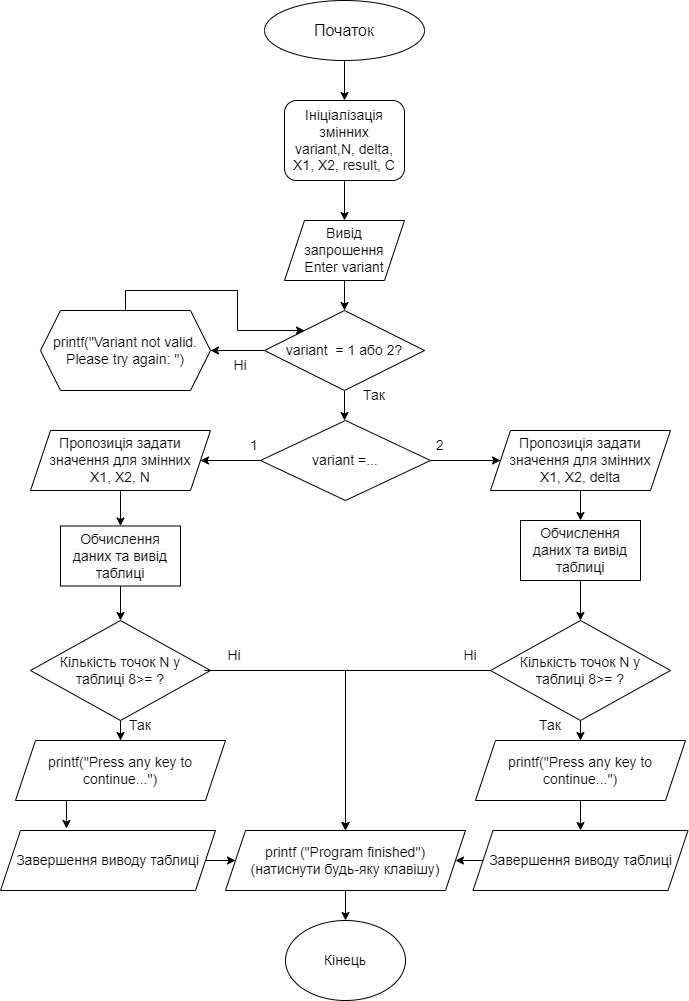
Before: Блок-схема 1.2.png, a diagram exported from draw.io (xP0W3R/Lab1.2). Source tidied: cells renumbered, new cells last; positions are measured from the earlier drawing's top-left corner, leaving out a move shared by most shapes.
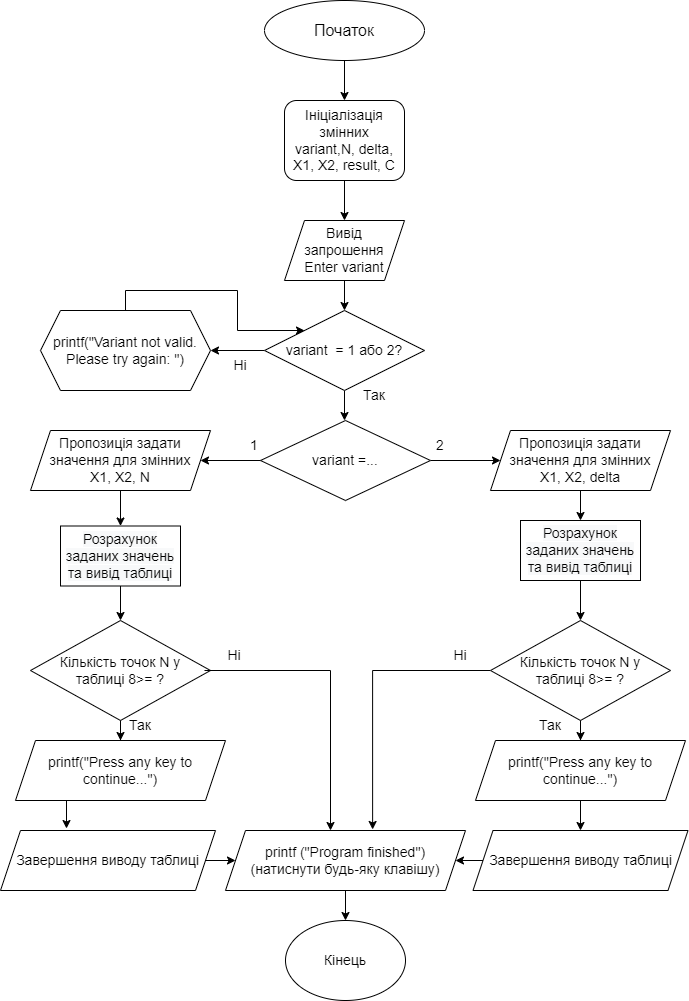
After the change.

Diff of the diagram source:
```diff
@@ -68,8 +68,10 @@
     <mxCell id="21" value="variant =..." style="rhombus;whiteSpace=wrap;html=1;fontSize=14;" parent="1" vertex="1">
       <mxGeometry x="260" y="420" width="170" height="80" as="geometry" />
     </mxCell>
-    <mxCell id="22" style="edgeStyle=orthogonalEdgeStyle;rounded=0;jettySize=auto;html=1;fontSize=14;" parent="1" edge="1" source="23" target="39">
-      <mxGeometry relative="1" as="geometry" />
+    <mxCell id="22" style="edgeStyle=orthogonalEdgeStyle;rounded=0;jettySize=auto;html=1;fontSize=14;" parent="1" edge="1" source="23">
+      <mxGeometry relative="1" as="geometry">
+        <mxPoint x="580" y="520" as="targetPoint" />
+      </mxGeometry>
     </mxCell>
     <mxCell id="23" value="Пропозиція задати значення для змінних&lt;br&gt;X1, X2, delta" style="shape=parallelogram;perimeter=parallelogramPerimeter;whiteSpace=wrap;html=1;fixedSize=1;fontSize=14;" parent="1" vertex="1">
       <mxGeometry x="490" y="430" width="180" height="60" as="geometry" />
@@ -89,7 +91,7 @@
     <mxCell id="28" style="edgeStyle=orthogonalEdgeStyle;rounded=0;jettySize=auto;html=1;exitX=0;exitY=1;exitDx=0;exitDy=0;fontSize=14;" parent="1" edge="1" source="29" target="31">
       <mxGeometry relative="1" as="geometry">
         <Array as="points">
-          <mxPoint x="345" y="670" />
+          <mxPoint x="330" y="670" />
         </Array>
       </mxGeometry>
     </mxCell>
@@ -117,19 +119,18 @@
     <mxCell id="36" style="edgeStyle=orthogonalEdgeStyle;rounded=0;jettySize=auto;html=1;fontSize=14;" parent="1" edge="1" source="37" target="26">
       <mxGeometry relative="1" as="geometry" />
     </mxCell>
-    <mxCell id="37" value="&#10;&lt;br style=&quot;color: rgb(0, 0, 0); font-family: Helvetica; font-size: 14px; font-style: normal; font-variant-ligatures: normal; font-variant-caps: normal; font-weight: 400; letter-spacing: normal; orphans: 2; text-align: center; text-indent: 0px; text-transform: none; widows: 2; word-spacing: 0px; -webkit-text-stroke-width: 0px; background-color: rgb(248, 249, 250); text-decoration-thickness: initial; text-decoration-style: initial; text-decoration-color: initial;&quot;&gt;&lt;span style=&quot;color: rgb(0, 0, 0); font-family: Helvetica; font-size: 14px; font-style: normal; font-variant-ligatures: normal; font-variant-caps: normal; font-weight: 400; letter-spacing: normal; orphans: 2; text-align: center; text-indent: 0px; text-transform: none; widows: 2; word-spacing: 0px; -webkit-text-stroke-width: 0px; text-decoration-thickness: initial; text-decoration-style: initial; text-decoration-color: initial; background-color: rgb(248, 249, 250); float: none; display: inline !important;&quot;&gt;Обчислення даних та вивід таблиці&lt;/span&gt;&lt;br style=&quot;color: rgb(0, 0, 0); font-family: Helvetica; font-size: 14px; font-style: normal; font-variant-ligatures: normal; font-variant-caps: normal; font-weight: 400; letter-spacing: normal; orphans: 2; text-align: center; text-indent: 0px; text-transform: none; widows: 2; word-spacing: 0px; -webkit-text-stroke-width: 0px; background-color: rgb(248, 249, 250); text-decoration-thickness: initial; text-decoration-style: initial; text-decoration-color: initial;&quot;&gt;&#10;&#10;" style="rounded=0;whiteSpace=wrap;html=1;fontSize=14;" parent="1" vertex="1">
+    <mxCell id="37" value="&lt;span style=&quot;color: rgb(0, 0, 0); font-family: Helvetica; font-size: 14px; font-style: normal; font-variant-ligatures: normal; font-variant-caps: normal; font-weight: 400; letter-spacing: normal; orphans: 2; text-align: center; text-indent: 0px; text-transform: none; widows: 2; word-spacing: 0px; -webkit-text-stroke-width: 0px; text-decoration-thickness: initial; text-decoration-style: initial; text-decoration-color: initial; background-color: rgb(248, 249, 250); float: none; display: inline !important;&quot;&gt;Розрахунок заданих значень та вивід таблиці&lt;/span&gt;" style="rounded=0;whiteSpace=wrap;html=1;fontSize=14;" parent="1" vertex="1">
       <mxGeometry x="60" y="525.5" width="120" height="60" as="geometry" />
     </mxCell>
-    <mxCell id="38" style="edgeStyle=orthogonalEdgeStyle;rounded=0;jettySize=auto;html=1;fontSize=14;" parent="1" edge="1" source="39" target="42">
-      <mxGeometry relative="1" as="geometry" />
+    <mxCell id="38" style="edgeStyle=orthogonalEdgeStyle;rounded=0;jettySize=auto;html=1;fontSize=14;" parent="1" edge="1" target="42">
+      <mxGeometry relative="1" as="geometry">
+        <mxPoint x="580" y="580" as="sourcePoint" />
+      </mxGeometry>
     </mxCell>
-    <mxCell id="39" value="&#10;&lt;br style=&quot;color: rgb(0, 0, 0); font-family: Helvetica; font-size: 14px; font-style: normal; font-variant-ligatures: normal; font-variant-caps: normal; font-weight: 400; letter-spacing: normal; orphans: 2; text-align: center; text-indent: 0px; text-transform: none; widows: 2; word-spacing: 0px; -webkit-text-stroke-width: 0px; background-color: rgb(248, 249, 250); text-decoration-thickness: initial; text-decoration-style: initial; text-decoration-color: initial;&quot;&gt;&lt;span style=&quot;color: rgb(0, 0, 0); font-family: Helvetica; font-size: 14px; font-style: normal; font-variant-ligatures: normal; font-variant-caps: normal; font-weight: 400; letter-spacing: normal; orphans: 2; text-align: center; text-indent: 0px; text-transform: none; widows: 2; word-spacing: 0px; -webkit-text-stroke-width: 0px; text-decoration-thickness: initial; text-decoration-style: initial; text-decoration-color: initial; background-color: rgb(248, 249, 250); float: none; display: inline !important;&quot;&gt;Обчислення даних та вивід таблиці&lt;/span&gt;&lt;br style=&quot;color: rgb(0, 0, 0); font-family: Helvetica; font-size: 14px; font-style: normal; font-variant-ligatures: normal; font-variant-caps: normal; font-weight: 400; letter-spacing: normal; orphans: 2; text-align: center; text-indent: 0px; text-transform: none; widows: 2; word-spacing: 0px; -webkit-text-stroke-width: 0px; background-color: rgb(248, 249, 250); text-decoration-thickness: initial; text-decoration-style: initial; text-decoration-color: initial;&quot;&gt;&#10;&#10;" style="rounded=0;whiteSpace=wrap;html=1;fontSize=14;" parent="1" vertex="1">
-      <mxGeometry x="520" y="520" width="120" height="60" as="geometry" />
-    </mxCell>
     <mxCell id="40" style="edgeStyle=orthogonalEdgeStyle;rounded=0;jettySize=auto;html=1;fontSize=14;" parent="1" edge="1" source="42" target="44">
       <mxGeometry relative="1" as="geometry" />
     </mxCell>
-    <mxCell id="41" style="edgeStyle=orthogonalEdgeStyle;rounded=0;jettySize=auto;html=1;exitX=0;exitY=0.5;exitDx=0;exitDy=0;entryX=0.5;entryY=0;entryDx=0;entryDy=0;fontSize=14;" parent="1" edge="1" source="42" target="31">
+    <mxCell id="41" style="edgeStyle=orthogonalEdgeStyle;rounded=0;jettySize=auto;html=1;entryX=0.613;entryY=-0.017;entryDx=0;entryDy=0;entryPerimeter=0;" parent="1" edge="1" source="42" target="31">
       <mxGeometry relative="1" as="geometry" />
     </mxCell>
     <mxCell id="42" value="Кількість точок N у&lt;br&gt;таблиці 8&amp;gt;= ?" style="rhombus;whiteSpace=wrap;html=1;fontSize=14;" parent="1" vertex="1">
@@ -154,7 +155,10 @@
       <mxGeometry x="520" y="710" width="60" height="30" as="geometry" />
     </mxCell>
     <mxCell id="49" value="Ні" style="text;html=1;strokeColor=none;fillColor=none;align=center;verticalAlign=middle;whiteSpace=wrap;rounded=0;fontSize=14;" parent="1" vertex="1">
-      <mxGeometry x="440" y="640" width="60" height="30" as="geometry" />
+      <mxGeometry x="430" y="640" width="60" height="30" as="geometry" />
     </mxCell>
+    <mxCell id="50" value="&lt;span style=&quot;color: rgb(0, 0, 0); font-family: Helvetica; font-size: 14px; font-style: normal; font-variant-ligatures: normal; font-variant-caps: normal; font-weight: 400; letter-spacing: normal; orphans: 2; text-align: center; text-indent: 0px; text-transform: none; widows: 2; word-spacing: 0px; -webkit-text-stroke-width: 0px; text-decoration-thickness: initial; text-decoration-style: initial; text-decoration-color: initial; background-color: rgb(248, 249, 250); float: none; display: inline !important;&quot;&gt;Розрахунок заданих значень та вивід таблиці&lt;/span&gt;" style="rounded=0;whiteSpace=wrap;html=1;fontSize=14;" parent="1" vertex="1">
+      <mxGeometry x="520" y="520" width="120" height="60" as="geometry" />
+    </mxCell>
   </root>
 </mxGraphModel>
```
